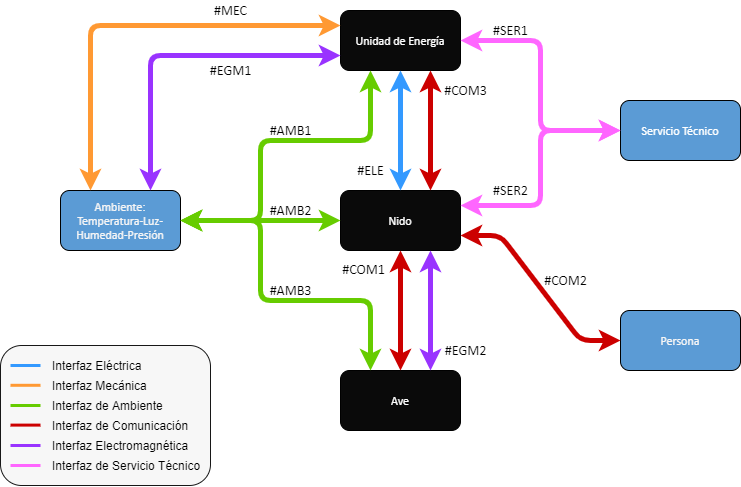
The draw.io diagram Utils/Drawio/Diagrama Funcional de Interfaces (Varias cajas negras).png in tlondero/Dise-o, before a commit. Source tidied: cells renumbered, new cells last; positions are measured from the earlier drawing's top-left corner, leaving out a move shared by most shapes.
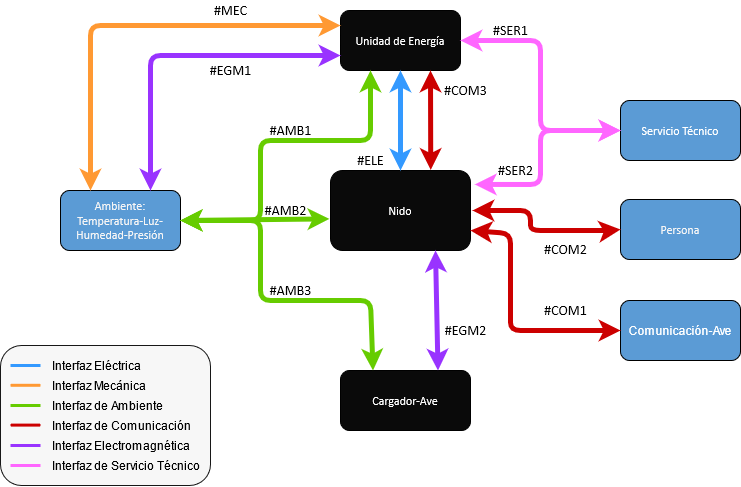
Above is the later version.

What changed in the source:
```diff
@@ -6,13 +6,13 @@
       <mxGeometry y="345" width="210" height="140" as="geometry" />
     </mxCell>
     <mxCell id="3" value="&lt;font color=&quot;#ffffff&quot; face=&quot;Calibri&quot;&gt;Nido&lt;/font&gt;" style="rounded=1;whiteSpace=wrap;html=1;fillColor=#0A0A0A;" parent="1" vertex="1">
-      <mxGeometry x="340" y="190" width="120" height="60" as="geometry" />
+      <mxGeometry x="330" y="170" width="140" height="80" as="geometry" />
     </mxCell>
     <mxCell id="4" value="&lt;div&gt;&lt;font color=&quot;#F5F5F5&quot; face=&quot;Calibri&quot;&gt;Ambiente:&lt;/font&gt;&lt;/div&gt;&lt;div&gt;&lt;font color=&quot;#F5F5F5&quot;&gt;&lt;font face=&quot;Calibri&quot;&gt;Temperatura-Luz-Humedad-Presión&lt;/font&gt;&lt;br&gt;&lt;/font&gt;&lt;/div&gt;" style="rounded=1;whiteSpace=wrap;html=1;fillColor=#5B9BD5;" parent="1" vertex="1">
       <mxGeometry x="60" y="190" width="120" height="60" as="geometry" />
     </mxCell>
-    <mxCell id="5" value="&lt;font color=&quot;#ffffff&quot; face=&quot;Calibri&quot;&gt;Ave&lt;/font&gt;" style="rounded=1;whiteSpace=wrap;html=1;fillColor=#0A0A0A;" parent="1" vertex="1">
-      <mxGeometry x="340" y="370" width="120" height="60" as="geometry" />
+    <mxCell id="5" value="&lt;font face=&quot;Calibri&quot; color=&quot;#ffffff&quot;&gt;Cargador-Ave&lt;br&gt;&lt;/font&gt;" style="rounded=1;whiteSpace=wrap;html=1;fillColor=#0A0A0A;" parent="1" vertex="1">
+      <mxGeometry x="340" y="370" width="130" height="60" as="geometry" />
     </mxCell>
     <mxCell id="6" value="&lt;font color=&quot;#FFFFFF&quot; face=&quot;Calibri&quot;&gt;Unidad de Energía&lt;/font&gt;" style="rounded=1;whiteSpace=wrap;html=1;fillColor=#0A0A0A;" parent="1" vertex="1">
       <mxGeometry x="340" y="10" width="120" height="60" as="geometry" />
@@ -21,18 +21,15 @@
       <mxGeometry x="620" y="100" width="120" height="60" as="geometry" />
     </mxCell>
     <mxCell id="8" value="&lt;div&gt;&lt;font color=&quot;#F5F5F5&quot;&gt;&lt;font face=&quot;Calibri&quot;&gt;Persona&lt;/font&gt;&lt;br&gt;&lt;/font&gt;&lt;/div&gt;" style="rounded=1;whiteSpace=wrap;html=1;fillColor=#5B9BD5;" parent="1" vertex="1">
-      <mxGeometry x="620" y="310" width="120" height="60" as="geometry" />
+      <mxGeometry x="620" y="199" width="120" height="60" as="geometry" />
     </mxCell>
     <mxCell id="9" style="endArrow=classic;startArrow=classic;html=1;entryX=0.5;entryY=1;entryDx=0;entryDy=0;exitX=0.5;exitY=0;exitDx=0;exitDy=0;strokeWidth=5;strokeColor=#3399FF;" parent="1" edge="1" source="3" target="6">
       <mxGeometry relative="1" as="geometry" />
     </mxCell>
-    <mxCell id="10" style="endArrow=classic;startArrow=classic;html=1;strokeWidth=5;entryX=0.5;entryY=1;entryDx=0;entryDy=0;exitX=0.5;exitY=0;exitDx=0;exitDy=0;strokeColor=#CC0000;" parent="1" edge="1" source="5" target="3">
-      <mxGeometry relative="1" as="geometry" />
-    </mxCell>
     <mxCell id="11" value="Interfaz Electromagnética" style="text;html=1;strokeColor=none;fillColor=none;align=left;verticalAlign=middle;whiteSpace=wrap;rounded=0;" parent="1" vertex="1">
       <mxGeometry x="50" y="435" width="140" height="20" as="geometry" />
     </mxCell>
-    <mxCell id="12" style="endArrow=classic;startArrow=classic;html=1;strokeWidth=5;exitX=1;exitY=0.5;exitDx=0;exitDy=0;strokeColor=#66CC00;entryX=0;entryY=0.5;entryDx=0;entryDy=0;" parent="1" edge="1" source="4" target="3">
+    <mxCell id="12" style="endArrow=classic;startArrow=classic;html=1;strokeWidth=5;exitX=1;exitY=0.5;exitDx=0;exitDy=0;strokeColor=#66CC00;entryX=-0.008;entryY=0.605;entryDx=0;entryDy=0;entryPerimeter=0;" parent="1" edge="1" source="4" target="3">
       <mxGeometry relative="1" as="geometry" />
     </mxCell>
     <mxCell id="13" style="endArrow=classic;startArrow=classic;html=1;strokeWidth=5;fillColor=#6a00ff;strokeColor=#9933FF;entryX=0;entryY=0.75;entryDx=0;entryDy=0;exitX=0.75;exitY=0;exitDx=0;exitDy=0;" parent="1" edge="1" source="4" target="6">
@@ -58,16 +55,18 @@
         </Array>
       </mxGeometry>
     </mxCell>
-    <mxCell id="16" style="endArrow=classic;startArrow=classic;html=1;strokeWidth=5;entryX=0.5;entryY=1;entryDx=0;entryDy=0;exitX=0.75;exitY=0;exitDx=0;exitDy=0;strokeColor=#CC0000;" parent="1" edge="1" source="3">
+    <mxCell id="16" style="endArrow=classic;startArrow=classic;html=1;strokeWidth=5;entryX=0.5;entryY=1;entryDx=0;entryDy=0;exitX=0.716;exitY=-0.007;exitDx=0;exitDy=0;strokeColor=#CC0000;exitPerimeter=0;" parent="1" edge="1" source="3">
       <mxGeometry relative="1" as="geometry">
         <mxPoint x="430" y="70" as="targetPoint" />
       </mxGeometry>
     </mxCell>
-    <mxCell id="17" style="endArrow=classic;startArrow=classic;html=1;strokeWidth=5;entryX=0;entryY=0.5;entryDx=0;entryDy=0;fillColor=#e51400;exitX=1;exitY=0.75;exitDx=0;exitDy=0;strokeColor=#CC0000;" parent="1" edge="1" source="3" target="8">
+    <mxCell id="17" style="endArrow=classic;startArrow=classic;html=1;strokeWidth=5;entryX=0;entryY=0.5;entryDx=0;entryDy=0;fillColor=#e51400;strokeColor=#CC0000;" parent="1" edge="1" target="8">
       <mxGeometry relative="1" as="geometry">
+        <mxPoint x="472" y="210" as="sourcePoint" />
         <Array as="points">
-          <mxPoint x="500" y="235" />
-          <mxPoint x="580" y="340" />
+          <mxPoint x="530" y="210" />
+          <mxPoint x="530" y="230" />
+          <mxPoint x="610" y="230" />
         </Array>
       </mxGeometry>
     </mxCell>
@@ -111,7 +110,7 @@
       <mxGeometry x="50" y="455" width="160" height="20" as="geometry" />
     </mxCell>
     <mxCell id="26" value="Interfaz de Comunicación" style="text;html=1;strokeColor=none;fillColor=none;align=left;verticalAlign=middle;whiteSpace=wrap;rounded=0;" parent="1" vertex="1">
-      <mxGeometry x="50" y="415" width="140" height="20" as="geometry" />
+      <mxGeometry x="50" y="415" width="150" height="20" as="geometry" />
     </mxCell>
     <mxCell id="27" style="endArrow=none;html=1;strokeWidth=3;strokeColor=#3399FF;" parent="1" edge="1">
       <mxGeometry relative="1" as="geometry">
@@ -140,12 +139,11 @@
         </Array>
       </mxGeometry>
     </mxCell>
-    <mxCell id="31" style="endArrow=classic;startArrow=classic;html=1;strokeWidth=5;strokeColor=#FF66FF;entryX=1;entryY=0.25;entryDx=0;entryDy=0;exitX=0;exitY=0.5;exitDx=0;exitDy=0;" parent="1" edge="1" source="7">
+    <mxCell id="31" style="endArrow=classic;startArrow=classic;html=1;strokeWidth=5;strokeColor=#FF66FF;entryX=1.031;entryY=0.174;entryDx=0;entryDy=0;exitX=0;exitY=0.5;exitDx=0;exitDy=0;entryPerimeter=0;" parent="1" edge="1" source="7" target="3">
       <mxGeometry relative="1" as="geometry">
-        <mxPoint x="460" y="205" as="targetPoint" />
         <Array as="points">
           <mxPoint x="540" y="130" />
-          <mxPoint x="540" y="205" />
+          <mxPoint x="540" y="184" />
         </Array>
       </mxGeometry>
     </mxCell>
@@ -153,19 +151,16 @@
       <mxGeometry x="485" y="20" width="50" height="20" as="geometry" />
     </mxCell>
     <mxCell id="33" value="&lt;font face=&quot;Calibri&quot; style=&quot;font-size: 14px&quot;&gt;#COM2&lt;/font&gt;" style="text;html=1;align=center;verticalAlign=middle;" parent="1" vertex="1">
-      <mxGeometry x="535" y="270" width="60" height="20" as="geometry" />
+      <mxGeometry x="535" y="239" width="60" height="20" as="geometry" />
     </mxCell>
-    <mxCell id="34" value="&lt;font face=&quot;Calibri&quot;&gt;&lt;span style=&quot;font-size: 14px&quot;&gt;#COM1&lt;/span&gt;&lt;/font&gt;" style="text;html=1;align=center;verticalAlign=middle;" parent="1" vertex="1">
-      <mxGeometry x="333" y="259" width="60" height="20" as="geometry" />
-    </mxCell>
     <mxCell id="35" value="&lt;font face=&quot;Calibri&quot; style=&quot;font-size: 14px&quot;&gt;#AMB3&lt;/font&gt;" style="text;html=1;align=center;verticalAlign=middle;" parent="1" vertex="1">
       <mxGeometry x="260" y="280" width="60" height="20" as="geometry" />
     </mxCell>
     <mxCell id="36" value="&lt;font face=&quot;Calibri&quot; style=&quot;font-size: 14px&quot;&gt;#SER2&lt;/font&gt;" style="text;html=1;align=center;verticalAlign=middle;" parent="1" vertex="1">
-      <mxGeometry x="485" y="180" width="50" height="20" as="geometry" />
+      <mxGeometry x="490" y="160" width="50" height="20" as="geometry" />
     </mxCell>
     <mxCell id="37" value="&lt;font face=&quot;Calibri&quot; style=&quot;font-size: 14px&quot;&gt;#AMB2&lt;/font&gt;" style="text;html=1;align=center;verticalAlign=middle;" parent="1" vertex="1">
-      <mxGeometry x="260" y="200" width="60" height="20" as="geometry" />
+      <mxGeometry x="255" y="200" width="60" height="20" as="geometry" />
     </mxCell>
     <mxCell id="38" value="&lt;font face=&quot;Calibri&quot; style=&quot;font-size: 14px&quot;&gt;#AMB1&lt;/font&gt;" style="text;html=1;align=center;verticalAlign=middle;" parent="1" vertex="1">
       <mxGeometry x="260" y="120" width="60" height="20" as="geometry" />
@@ -180,17 +175,28 @@
       <mxGeometry x="435" y="80" width="60" height="20" as="geometry" />
     </mxCell>
     <mxCell id="42" value="&lt;font face=&quot;Calibri&quot; style=&quot;font-size: 14px&quot;&gt;#ELE&lt;/font&gt;" style="text;html=1;align=center;verticalAlign=middle;" parent="1" vertex="1">
-      <mxGeometry x="350" y="160" width="40" height="20" as="geometry" />
+      <mxGeometry x="350" y="150" width="40" height="20" as="geometry" />
     </mxCell>
     <mxCell id="43" style="endArrow=classic;startArrow=classic;html=1;strokeWidth=5;fillColor=#6a00ff;strokeColor=#9933FF;exitX=0.75;exitY=0;exitDx=0;exitDy=0;entryX=0.75;entryY=1;entryDx=0;entryDy=0;" parent="1" edge="1" source="5" target="3">
-      <mxGeometry relative="1" as="geometry">
-        <Array as="points">
-          <mxPoint x="430" y="290" />
-        </Array>
-      </mxGeometry>
+      <mxGeometry relative="1" as="geometry" />
     </mxCell>
     <mxCell id="44" value="&lt;font face=&quot;Calibri&quot; style=&quot;font-size: 14px&quot;&gt;#EGM2&lt;/font&gt;" style="text;html=1;align=center;verticalAlign=middle;" parent="1" vertex="1">
-      <mxGeometry x="435" y="340" width="60" height="20" as="geometry" />
+      <mxGeometry x="435" y="320" width="60" height="20" as="geometry" />
     </mxCell>
+    <mxCell id="45" value="&lt;font color=&quot;#FFFFFF&quot;&gt;Comunicación-Ave&lt;br&gt;&lt;/font&gt;" style="rounded=1;whiteSpace=wrap;html=1;fillColor=#5B9BD5;" parent="1" vertex="1">
+      <mxGeometry x="620" y="300" width="120" height="60" as="geometry" />
+    </mxCell>
+    <mxCell id="46" style="endArrow=classic;startArrow=classic;html=1;strokeWidth=5;entryX=0;entryY=0.5;entryDx=0;entryDy=0;fillColor=#e51400;exitX=1;exitY=0.75;exitDx=0;exitDy=0;strokeColor=#CC0000;" parent="1" edge="1" source="3" target="45">
+      <mxGeometry relative="1" as="geometry">
+        <Array as="points">
+          <mxPoint x="510" y="233" />
+          <mxPoint x="510" y="304" />
+          <mxPoint x="510" y="330" />
+        </Array>
+      </mxGeometry>
+    </mxCell>
+    <mxCell id="34" value="&lt;font style=&quot;font-size: 14px&quot; face=&quot;Calibri&quot;&gt;#COM1&lt;/font&gt;" style="text;html=1;align=center;verticalAlign=middle;" parent="1" vertex="1">
+      <mxGeometry x="535" y="300" width="60" height="20" as="geometry" />
+    </mxCell>
   </root>
 </mxGraphModel>
```
